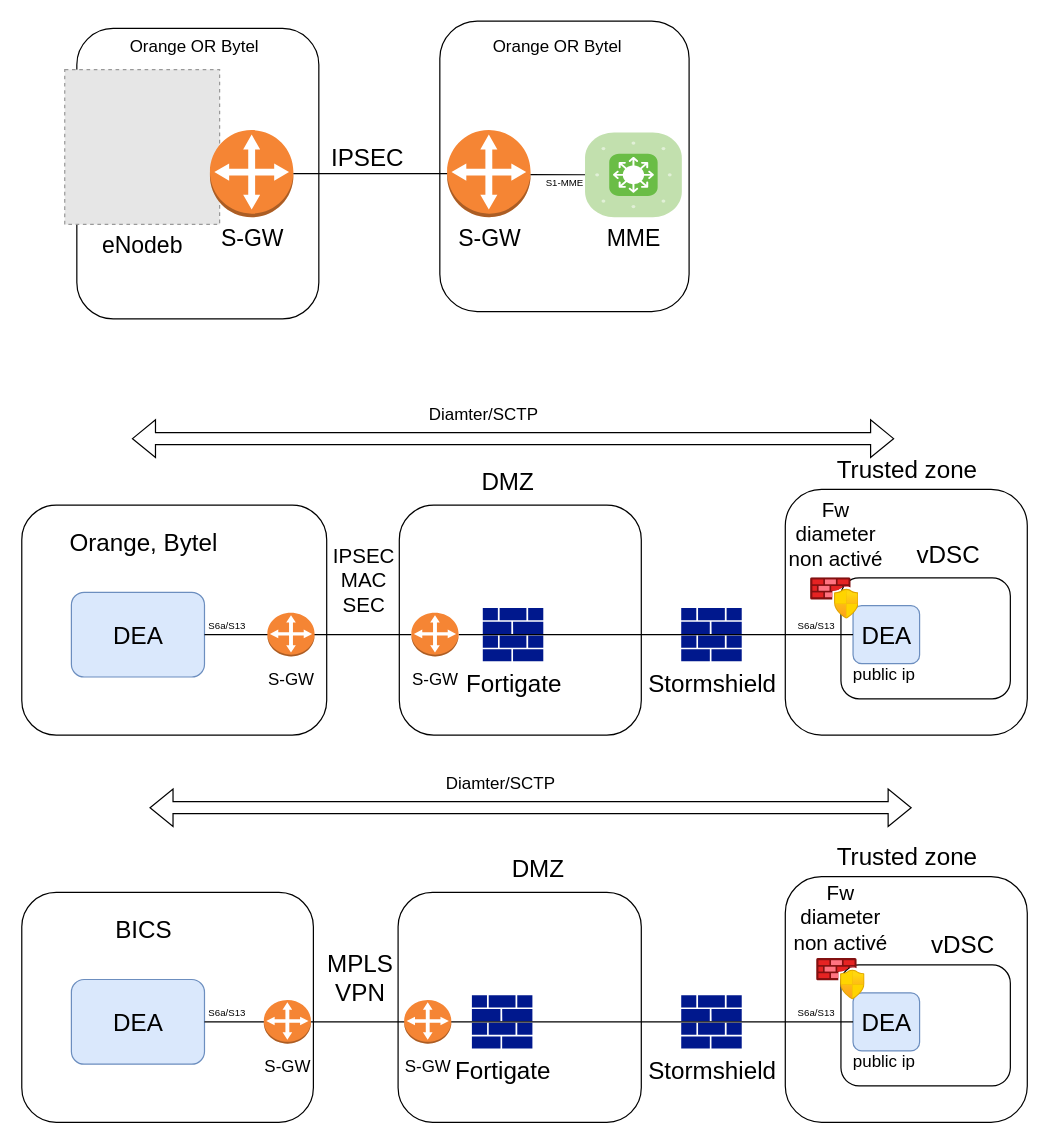
The draw.io diagram page "Page-1" (1 of 3) of use_cases_sec.drawio in h4kdev/diagrams, before the edit. Source tidied: cells renumbered, new cells numbered last; positions are measured from the earlier drawing's top-left corner, leaving out a move shared by most shapes. Both pictures are drawn from the tidied source at 121%, with x=0, y=0 at pixel (21, 21). Pictures stored in the file or linked from it are replaced by grey dashed boxes.
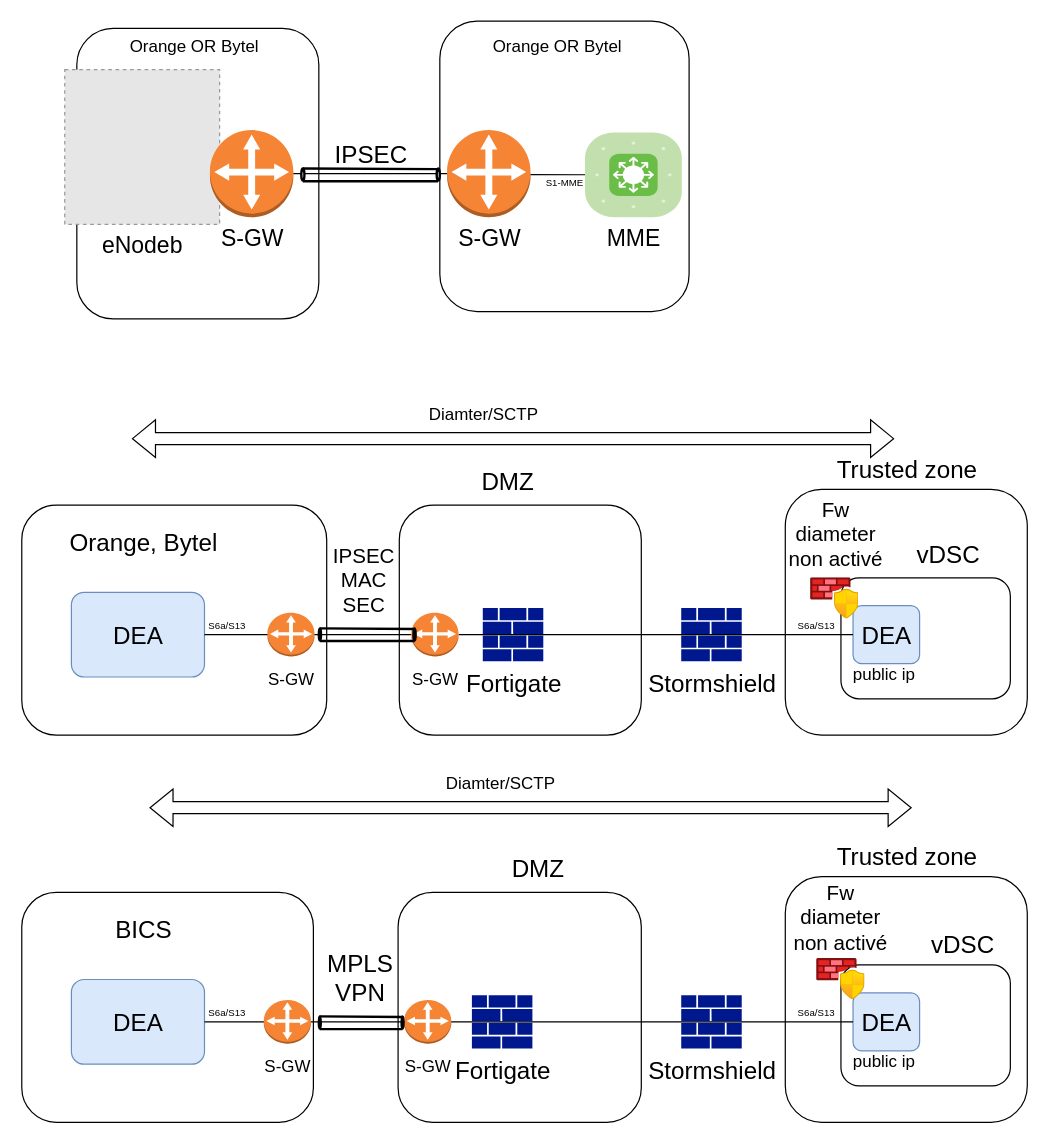
The same page after the edit.

Diff of the diagram source:
```diff
@@
     <mxCell id="14" value="&lt;font style=&quot;font-size: 20px;&quot;&gt;IPSEC&lt;/font&gt;" style="text;html=1;align=center;verticalAlign=middle;strokeColor=none;fillColor=none;fontSize=8;" parent="1" vertex="1">
-      <mxGeometry x="246" y="92" width="80" height="40" as="geometry" />
+      <mxGeometry x="248.8" y="90" width="80" height="40" as="geometry" />
     </mxCell>
@@
+    <mxCell id="61" style="group;" parent="1" vertex="1">
+      <mxGeometry x="231.5" y="121.8" width="114.5" height="10.5" as="geometry" />
+    </mxCell>
+    <mxCell id="62" style="ellipse;whiteSpace=wrap;html=1;fontSize=17;strokeWidth=2;" parent="61" vertex="1">
+      <mxGeometry x="111.9" width="2.6" height="10" as="geometry" />
+    </mxCell>
+    <mxCell id="63" style="ellipse;whiteSpace=wrap;html=1;fontSize=17;strokeWidth=2;" parent="61" vertex="1">
+      <mxGeometry width="2.6" height="10" as="geometry" />
+    </mxCell>
+    <mxCell id="64" style="endArrow=none;html=1;rounded=0;fontSize=17;strokeWidth=2;" parent="61" edge="1">
+      <mxGeometry relative="1" as="geometry">
+        <mxPoint x="1.2" as="sourcePoint" />
+        <mxPoint x="113" y="0.5" as="targetPoint" />
+      </mxGeometry>
+    </mxCell>
+    <mxCell id="65" style="endArrow=none;html=1;rounded=0;fontSize=17;strokeWidth=2;" parent="61" edge="1">
+      <mxGeometry relative="1" as="geometry">
+        <mxPoint x="1.3" y="10.5" as="sourcePoint" />
+        <mxPoint x="113" y="10.5" as="targetPoint" />
+      </mxGeometry>
+    </mxCell>
+    <mxCell id="66" style="group;" parent="1" vertex="1">
+      <mxGeometry x="246" y="501.8" width="80" height="10.5" as="geometry" />
+    </mxCell>
+    <mxCell id="67" style="ellipse;whiteSpace=wrap;html=1;fontSize=17;strokeWidth=2;" parent="66" vertex="1">
+      <mxGeometry x="78.2" width="1.8" height="10" as="geometry" />
+    </mxCell>
+    <mxCell id="68" style="ellipse;whiteSpace=wrap;html=1;fontSize=17;strokeWidth=2;" parent="66" vertex="1">
+      <mxGeometry width="1.8" height="10" as="geometry" />
+    </mxCell>
+    <mxCell id="69" style="endArrow=none;html=1;rounded=0;fontSize=17;strokeWidth=2;" parent="66" edge="1">
+      <mxGeometry relative="1" as="geometry">
+        <mxPoint x="0.8" as="sourcePoint" />
+        <mxPoint x="79" y="0.5" as="targetPoint" />
+      </mxGeometry>
+    </mxCell>
+    <mxCell id="70" style="endArrow=none;html=1;rounded=0;fontSize=17;strokeWidth=2;" parent="66" edge="1">
+      <mxGeometry relative="1" as="geometry">
+        <mxPoint x="0.9" y="10.5" as="sourcePoint" />
+        <mxPoint x="79" y="10.5" as="targetPoint" />
+      </mxGeometry>
+    </mxCell>
+    <mxCell id="71" style="group;" parent="1" vertex="1">
+      <mxGeometry x="246" y="822.5" width="70" height="10.5" as="geometry" />
+    </mxCell>
+    <mxCell id="72" style="ellipse;whiteSpace=wrap;html=1;fontSize=17;strokeWidth=2;" parent="71" vertex="1">
+      <mxGeometry x="68.4" width="1.6" height="10" as="geometry" />
+    </mxCell>
+    <mxCell id="73" style="ellipse;whiteSpace=wrap;html=1;fontSize=17;strokeWidth=2;" parent="71" vertex="1">
+      <mxGeometry width="1.6" height="10" as="geometry" />
+    </mxCell>
+    <mxCell id="74" style="endArrow=none;html=1;rounded=0;fontSize=17;strokeWidth=2;" parent="71" edge="1">
+      <mxGeometry relative="1" as="geometry">
+        <mxPoint x="0.7" as="sourcePoint" />
+        <mxPoint x="69.1" y="0.5" as="targetPoint" />
+      </mxGeometry>
+    </mxCell>
+    <mxCell id="75" style="endArrow=none;html=1;rounded=0;fontSize=17;strokeWidth=2;" parent="71" edge="1">
+      <mxGeometry relative="1" as="geometry">
+        <mxPoint x="0.8" y="10.5" as="sourcePoint" />
+        <mxPoint x="69.1" y="10.5" as="targetPoint" />
+      </mxGeometry>
+    </mxCell>
```
